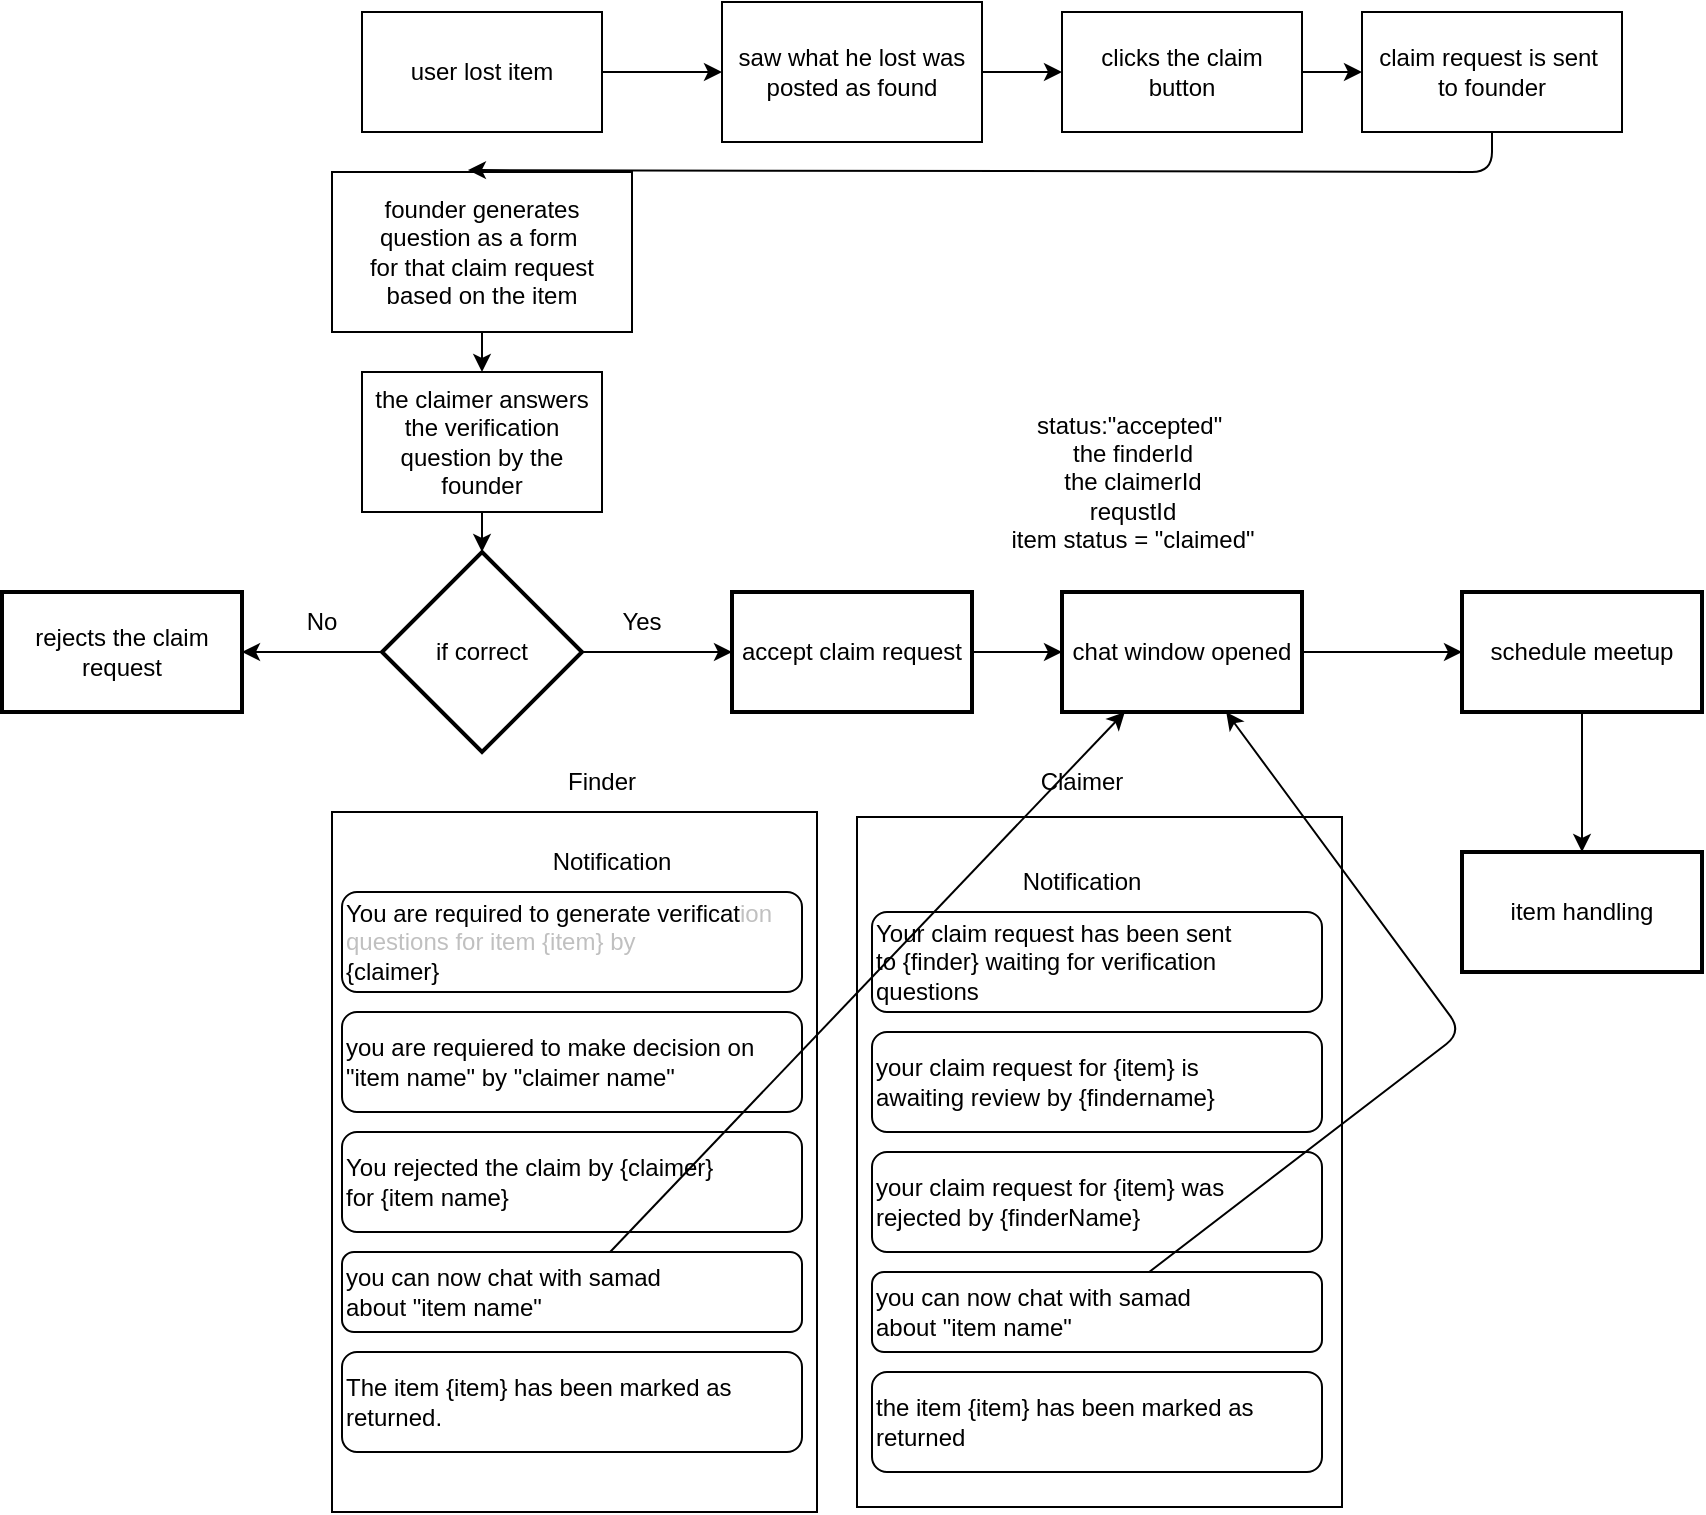
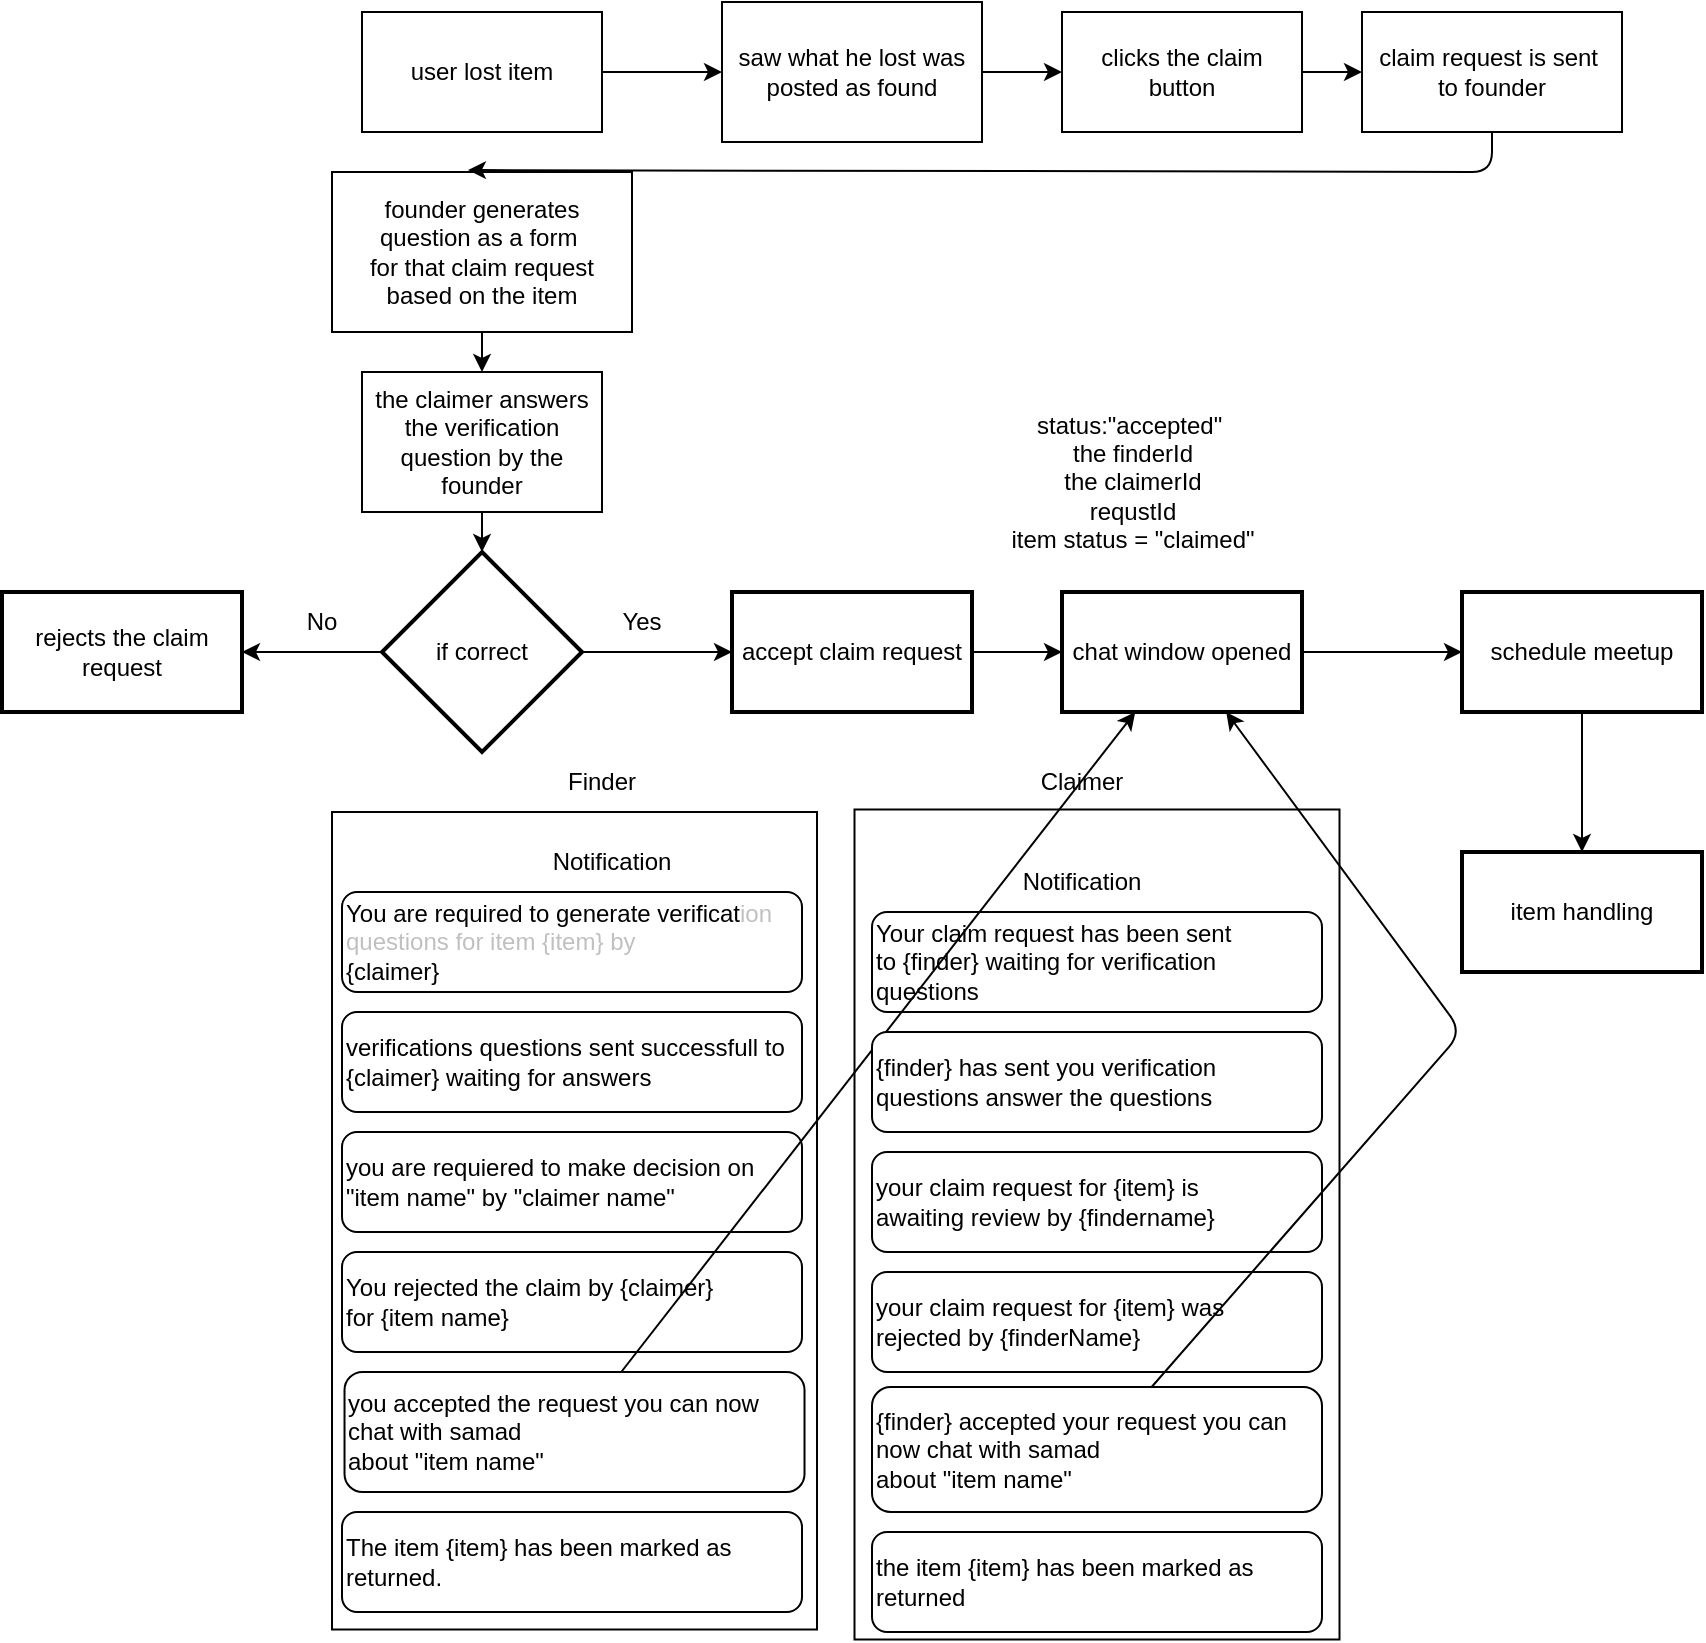
<mxfile host="65bd71144e">
    <diagram id="sjTv0YCN3FJlPjP7VC1Z" name="Page-1">
-         <mxGraphModel dx="1693" dy="475" grid="1" gridSize="10" guides="1" tooltips="1" connect="1" arrows="1" fold="1" page="1" pageScale="1" pageWidth="850" pageHeight="1100" math="0" shadow="0">
+         <mxGraphModel dx="1696" dy="475" grid="1" gridSize="10" guides="1" tooltips="1" connect="1" arrows="1" fold="1" page="1" pageScale="1" pageWidth="850" pageHeight="1100" math="0" shadow="0">
            <root>
                <mxCell id="0"/>
                <mxCell id="1" parent="0"/>
                <mxCell id="12" value="" style="edgeStyle=none;html=1;" parent="1" source="5" target="6" edge="1">
                    <mxGeometry relative="1" as="geometry"/>
                </mxCell>
                <mxCell id="5" value="user lost item" style="rounded=0;whiteSpace=wrap;html=1;" parent="1" vertex="1">
                    <mxGeometry x="100" y="130" width="120" height="60" as="geometry"/>
                </mxCell>
                <mxCell id="13" value="" style="edgeStyle=none;html=1;" parent="1" source="6" target="7" edge="1">
                    <mxGeometry relative="1" as="geometry"/>
                </mxCell>
                <mxCell id="6" value="saw what he lost was&lt;div&gt;posted as found&lt;/div&gt;" style="rounded=0;whiteSpace=wrap;html=1;" parent="1" vertex="1">
                    <mxGeometry x="280" y="125" width="130" height="70" as="geometry"/>
                </mxCell>
                <mxCell id="14" value="" style="edgeStyle=none;html=1;" parent="1" source="7" target="8" edge="1">
                    <mxGeometry relative="1" as="geometry"/>
                </mxCell>
                <mxCell id="7" value="clicks the claim&lt;div&gt;button&lt;/div&gt;" style="rounded=0;whiteSpace=wrap;html=1;" parent="1" vertex="1">
                    <mxGeometry x="450" y="130" width="120" height="60" as="geometry"/>
                </mxCell>
                <mxCell id="8" value="claim request is sent&amp;nbsp;&lt;div&gt;to founder&lt;/div&gt;" style="rounded=0;whiteSpace=wrap;html=1;" parent="1" vertex="1">
                    <mxGeometry x="600" y="130" width="130" height="60" as="geometry"/>
                </mxCell>
                <mxCell id="31" value="" style="edgeStyle=none;html=1;" parent="1" source="9" target="30" edge="1">
                    <mxGeometry relative="1" as="geometry"/>
                </mxCell>
                <mxCell id="9" value="founder generates&lt;div&gt;question as a form&amp;nbsp;&lt;/div&gt;&lt;div&gt;for that claim request&lt;/div&gt;&lt;div&gt;based on the item&lt;/div&gt;" style="rounded=0;whiteSpace=wrap;html=1;" parent="1" vertex="1">
                    <mxGeometry x="85" y="210" width="150" height="80" as="geometry"/>
                </mxCell>
                <mxCell id="15" style="edgeStyle=none;html=1;entryX=0.453;entryY=-0.012;entryDx=0;entryDy=0;entryPerimeter=0;" parent="1" source="8" target="9" edge="1">
                    <mxGeometry relative="1" as="geometry">
                        <mxPoint x="150" y="250" as="targetPoint"/>
                        <Array as="points">
                            <mxPoint x="665" y="210"/>
                        </Array>
                    </mxGeometry>
                </mxCell>
                <mxCell id="19" value="" style="edgeStyle=none;html=1;" parent="1" source="16" target="18" edge="1">
                    <mxGeometry relative="1" as="geometry"/>
                </mxCell>
                <mxCell id="21" value="" style="edgeStyle=none;html=1;" parent="1" source="16" target="20" edge="1">
                    <mxGeometry relative="1" as="geometry"/>
                </mxCell>
                <mxCell id="16" value="if correct" style="strokeWidth=2;html=1;shape=mxgraph.flowchart.decision;whiteSpace=wrap;" parent="1" vertex="1">
                    <mxGeometry x="110" y="400" width="100" height="100" as="geometry"/>
                </mxCell>
                <mxCell id="18" value="rejects the claim request" style="whiteSpace=wrap;html=1;strokeWidth=2;" parent="1" vertex="1">
                    <mxGeometry x="-80" y="420" width="120" height="60" as="geometry"/>
                </mxCell>
                <mxCell id="25" value="" style="edgeStyle=none;html=1;" parent="1" source="20" target="24" edge="1">
                    <mxGeometry relative="1" as="geometry"/>
                </mxCell>
                <mxCell id="20" value="accept claim request" style="whiteSpace=wrap;html=1;strokeWidth=2;" parent="1" vertex="1">
                    <mxGeometry x="285" y="420" width="120" height="60" as="geometry"/>
                </mxCell>
                <mxCell id="22" value="No" style="text;html=1;align=center;verticalAlign=middle;whiteSpace=wrap;rounded=0;" parent="1" vertex="1">
                    <mxGeometry x="50" y="420" width="60" height="30" as="geometry"/>
                </mxCell>
                <mxCell id="23" value="Yes" style="text;html=1;align=center;verticalAlign=middle;whiteSpace=wrap;rounded=0;" parent="1" vertex="1">
                    <mxGeometry x="210" y="420" width="60" height="30" as="geometry"/>
                </mxCell>
                <mxCell id="29" value="" style="edgeStyle=none;html=1;" parent="1" source="24" target="28" edge="1">
                    <mxGeometry relative="1" as="geometry"/>
                </mxCell>
                <mxCell id="24" value="chat window opened" style="whiteSpace=wrap;html=1;strokeWidth=2;" parent="1" vertex="1">
                    <mxGeometry x="450" y="420" width="120" height="60" as="geometry"/>
                </mxCell>
                <mxCell id="60" value="" style="edgeStyle=none;html=1;" parent="1" source="28" target="59" edge="1">
                    <mxGeometry relative="1" as="geometry"/>
                </mxCell>
                <mxCell id="28" value="schedule meetup" style="whiteSpace=wrap;html=1;strokeWidth=2;" parent="1" vertex="1">
                    <mxGeometry x="650" y="420" width="120" height="60" as="geometry"/>
                </mxCell>
                <mxCell id="32" value="" style="edgeStyle=none;html=1;" parent="1" source="30" target="16" edge="1">
                    <mxGeometry relative="1" as="geometry"/>
                </mxCell>
                <mxCell id="30" value="the claimer answers&lt;div&gt;the verification question by the founder&lt;/div&gt;" style="whiteSpace=wrap;html=1;" parent="1" vertex="1">
                    <mxGeometry x="100" y="310" width="120" height="70" as="geometry"/>
                </mxCell>
                <mxCell id="38" value="" style="rounded=0;whiteSpace=wrap;html=1;rotation=90;" parent="1" vertex="1">
-                     <mxGeometry x="31.25" y="583.75" width="350" height="242.5" as="geometry"/>
+                     <mxGeometry x="1.88" y="613.13" width="408.75" height="242.5" as="geometry"/>
                </mxCell>
                <mxCell id="35" value="Notification" style="text;html=1;align=center;verticalAlign=middle;whiteSpace=wrap;rounded=0;" parent="1" vertex="1">
                    <mxGeometry x="170" y="540" width="110" height="30" as="geometry"/>
                </mxCell>
-                 <mxCell id="36" value="you can now chat with samad&lt;div&gt;about &quot;item name&quot;&lt;/div&gt;" style="rounded=1;whiteSpace=wrap;html=1;align=left;" parent="1" vertex="1">
-                     <mxGeometry x="90" y="750" width="230" height="40" as="geometry"/>
+                 <mxCell id="36" value="you accepted the request you can now chat with samad&lt;div&gt;about &quot;item name&quot;&lt;/div&gt;" style="rounded=1;whiteSpace=wrap;html=1;align=left;" parent="1" vertex="1">
+                     <mxGeometry x="91.26" y="810" width="230" height="60" as="geometry"/>
                </mxCell>
                <mxCell id="37" value="&lt;div style=&quot;&quot;&gt;&lt;span style=&quot;background-color: transparent;&quot;&gt;you are requiered to make decision on &quot;item name&quot; by &quot;claimer name&quot;&lt;/span&gt;&lt;/div&gt;" style="rounded=1;whiteSpace=wrap;html=1;align=left;" parent="1" vertex="1">
-                     <mxGeometry x="90" y="630" width="230" height="50" as="geometry"/>
+                     <mxGeometry x="90" y="690" width="230" height="50" as="geometry"/>
                </mxCell>
                <mxCell id="40" value="You rejected the claim by {claimer}&lt;div&gt;for {item name}&lt;/div&gt;" style="rounded=1;whiteSpace=wrap;html=1;align=left;" parent="1" vertex="1">
-                     <mxGeometry x="90" y="690" width="230" height="50" as="geometry"/>
+                     <mxGeometry x="90" y="750" width="230" height="50" as="geometry"/>
                </mxCell>
                <mxCell id="41" value="The item {item} has been marked as&amp;nbsp;&lt;div&gt;returned.&lt;/div&gt;" style="rounded=1;whiteSpace=wrap;html=1;align=left;" parent="1" vertex="1">
-                     <mxGeometry x="90" y="800" width="230" height="50" as="geometry"/>
+                     <mxGeometry x="90" y="880" width="230" height="50" as="geometry"/>
                </mxCell>
                <mxCell id="43" value="" style="rounded=0;whiteSpace=wrap;html=1;rotation=90;" parent="1" vertex="1">
-                     <mxGeometry x="296.25" y="583.75" width="345" height="242.5" as="geometry"/>
+                     <mxGeometry x="260" y="615" width="415" height="242.5" as="geometry"/>
                </mxCell>
                <mxCell id="44" value="Notification" style="text;html=1;align=center;verticalAlign=middle;whiteSpace=wrap;rounded=0;" parent="1" vertex="1">
                    <mxGeometry x="405" y="550" width="110" height="30" as="geometry"/>
                </mxCell>
-                 <mxCell id="45" value="you can now chat with samad&lt;div&gt;about &quot;item name&quot;&lt;/div&gt;" style="rounded=1;whiteSpace=wrap;html=1;align=left;" parent="1" vertex="1">
-                     <mxGeometry x="355" y="760" width="225" height="40" as="geometry"/>
+                 <mxCell id="45" value="{finder} accepted your request you can now chat with samad&lt;div&gt;about &quot;item name&quot;&lt;/div&gt;" style="rounded=1;whiteSpace=wrap;html=1;align=left;" parent="1" vertex="1">
+                     <mxGeometry x="355" y="817.5" width="225" height="62.5" as="geometry"/>
                </mxCell>
                <mxCell id="46" value="&lt;div style=&quot;&quot;&gt;your claim request for {item} is&amp;nbsp;&lt;/div&gt;&lt;div style=&quot;&quot;&gt;awaiting review by {findername}&lt;/div&gt;" style="rounded=1;whiteSpace=wrap;html=1;align=left;" parent="1" vertex="1">
-                     <mxGeometry x="355" y="640" width="225" height="50" as="geometry"/>
+                     <mxGeometry x="355" y="700" width="225" height="50" as="geometry"/>
                </mxCell>
                <mxCell id="47" value="your claim request for {item} was&amp;nbsp;&lt;div&gt;rejected by {finderName}&lt;/div&gt;" style="rounded=1;whiteSpace=wrap;html=1;align=left;" parent="1" vertex="1">
-                     <mxGeometry x="355" y="700" width="225" height="50" as="geometry"/>
+                     <mxGeometry x="355" y="760" width="225" height="50" as="geometry"/>
                </mxCell>
                <mxCell id="48" value="the item {item} has been marked as&lt;div&gt;returned&lt;/div&gt;" style="rounded=1;whiteSpace=wrap;html=1;align=left;" parent="1" vertex="1">
-                     <mxGeometry x="355" y="810" width="225" height="50" as="geometry"/>
+                     <mxGeometry x="355" y="890" width="225" height="50" as="geometry"/>
                </mxCell>
                <mxCell id="49" value="Finder" style="text;html=1;align=center;verticalAlign=middle;whiteSpace=wrap;rounded=0;" parent="1" vertex="1">
                    <mxGeometry x="190" y="500" width="60" height="30" as="geometry"/>
                </mxCell>
                <mxCell id="51" value="Claimer" style="text;html=1;align=center;verticalAlign=middle;whiteSpace=wrap;rounded=0;" parent="1" vertex="1">
                    <mxGeometry x="430" y="500" width="60" height="30" as="geometry"/>
                </mxCell>
                <mxCell id="52" value="You are required to generate verificat&lt;span style=&quot;color: rgb(192, 192, 192); background-color: transparent;&quot;&gt;ion questions for item {item} by&amp;nbsp;&lt;/span&gt;&lt;div&gt;{claimer}&lt;/div&gt;" style="rounded=1;whiteSpace=wrap;html=1;align=left;" parent="1" vertex="1">
                    <mxGeometry x="90" y="570" width="230" height="50" as="geometry"/>
                </mxCell>
                <mxCell id="53" value="Your claim request has been sent&lt;div&gt;to {finder} waiting for verification&lt;/div&gt;&lt;div&gt;questions&lt;/div&gt;" style="rounded=1;whiteSpace=wrap;html=1;align=left;" parent="1" vertex="1">
                    <mxGeometry x="355" y="580" width="225" height="50" as="geometry"/>
                </mxCell>
                <mxCell id="54" style="edgeStyle=none;html=1;" parent="1" source="45" target="24" edge="1">
                    <mxGeometry relative="1" as="geometry">
                        <Array as="points">
                            <mxPoint x="650" y="640"/>
                        </Array>
                    </mxGeometry>
                </mxCell>
                <mxCell id="56" style="edgeStyle=none;html=1;" parent="1" source="36" target="24" edge="1">
                    <mxGeometry relative="1" as="geometry">
                        <mxPoint x="50" y="770" as="targetPoint"/>
                    </mxGeometry>
                </mxCell>
                <mxCell id="57" value="status:&quot;accepted&quot;&amp;nbsp;&lt;div&gt;the finderId&lt;/div&gt;&lt;div&gt;the claimerId&lt;/div&gt;&lt;div&gt;requstId&lt;/div&gt;&lt;div&gt;item status = &quot;claimed&quot;&lt;/div&gt;" style="text;html=1;align=center;verticalAlign=middle;resizable=0;points=[];autosize=1;strokeColor=none;fillColor=none;" parent="1" vertex="1">
                    <mxGeometry x="410" y="320" width="150" height="90" as="geometry"/>
                </mxCell>
                <mxCell id="59" value="item handling" style="whiteSpace=wrap;html=1;strokeWidth=2;" parent="1" vertex="1">
                    <mxGeometry x="650" y="550" width="120" height="60" as="geometry"/>
                </mxCell>
+                 <mxCell id="61" value="&lt;div style=&quot;&quot;&gt;verifications questions sent successfull to&amp;nbsp;&lt;/div&gt;&lt;div style=&quot;&quot;&gt;{claimer} waiting for answers&lt;/div&gt;" style="rounded=1;whiteSpace=wrap;html=1;align=left;" vertex="1" parent="1">
+                     <mxGeometry x="90" y="630" width="230" height="50" as="geometry"/>
+                 </mxCell>
+                 <mxCell id="62" value="&lt;div style=&quot;&quot;&gt;{finder} has sent you verification questions answer the questions&lt;/div&gt;" style="rounded=1;whiteSpace=wrap;html=1;align=left;" vertex="1" parent="1">
+                     <mxGeometry x="355" y="640" width="225" height="50" as="geometry"/>
+                 </mxCell>
            </root>
        </mxGraphModel>
    </diagram>
</mxfile>